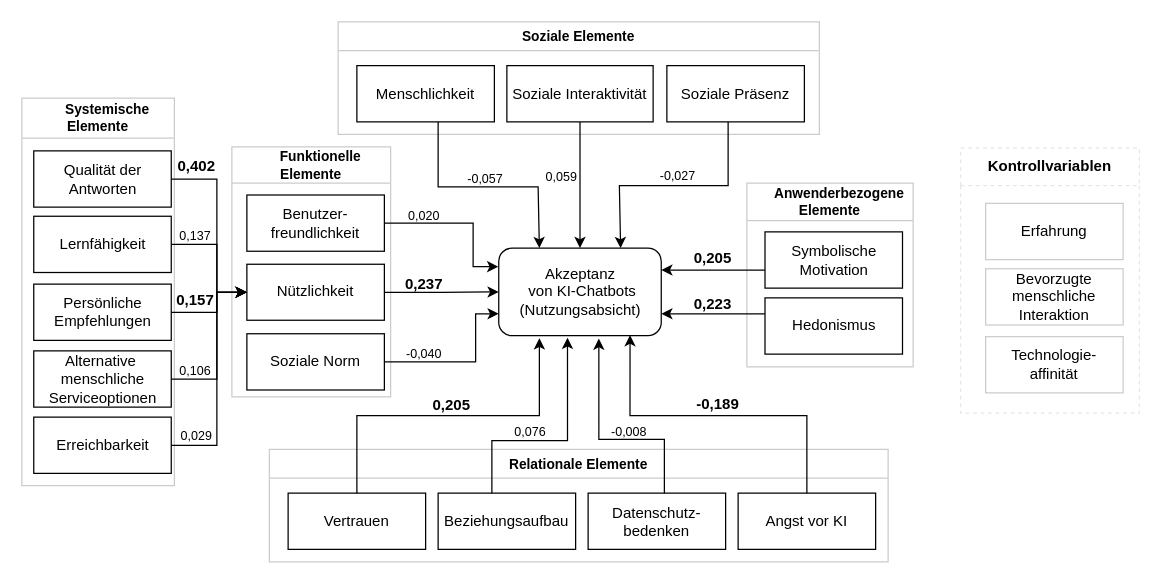
The draw.io diagram page "Kopie von Hypothesen" (3 of 3) of sRAM.drawio in Frododo12/Web-Technologie, before the edit. Source tidied: cells renumbered, new cells numbered last; positions are measured from the earlier drawing's top-left corner, leaving out a move shared by most shapes. Both pictures are drawn from the tidied source at 125%, with x=0, y=0 at pixel (21, 21).
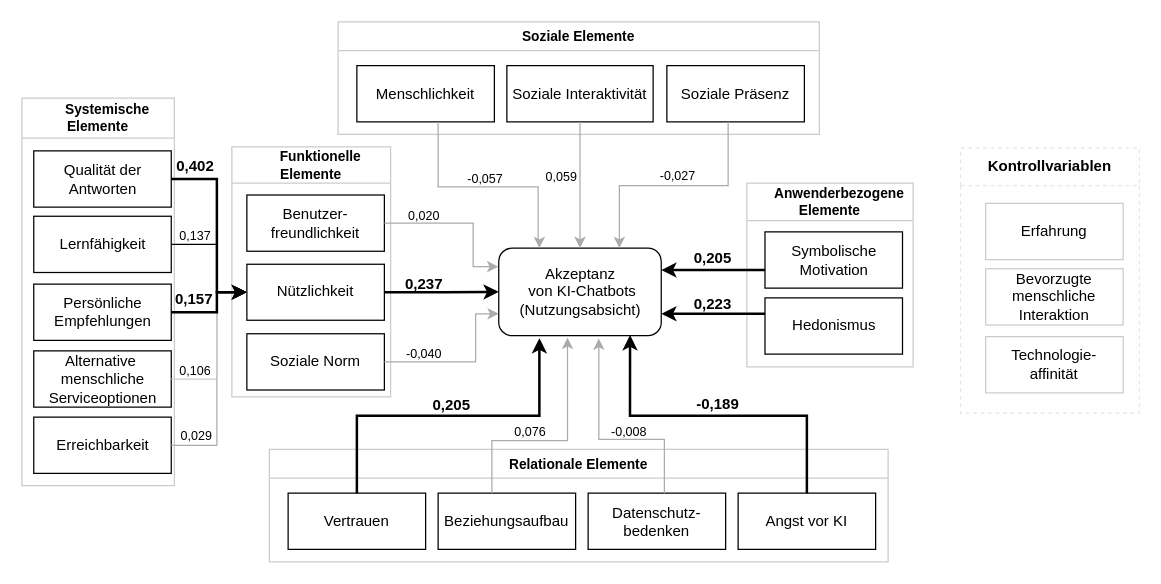
The same page after the edit.

The change refers to these unchanged cells:
```xml
<mxCell id="2" value="Akzeptanz&lt;br&gt;&amp;nbsp;von KI-Chatbots&lt;br&gt;(Nutzungsabsicht)" style="rounded=1;whiteSpace=wrap;html=1;glass=0;shadow=0;" parent="1" vertex="1">
  <mxGeometry x="381.5" y="181" width="130" height="70" as="geometry" />
</mxCell>
<mxCell id="4" value="Datenschutz-bedenken" style="rounded=0;whiteSpace=wrap;html=1;" parent="3" vertex="1">
  <mxGeometry x="255" y="35" width="110" height="45" as="geometry" />
</mxCell>
<mxCell id="5" value="Beziehungsaufbau" style="rounded=0;whiteSpace=wrap;html=1;" parent="3" vertex="1">
  <mxGeometry x="135" y="35" width="110" height="45" as="geometry" />
</mxCell>
<mxCell id="6" value="Vertrauen" style="rounded=0;whiteSpace=wrap;html=1;" parent="3" vertex="1">
  <mxGeometry x="15" y="35" width="110" height="45" as="geometry" />
</mxCell>
<mxCell id="7" value="Angst vor KI" style="rounded=0;whiteSpace=wrap;html=1;" parent="3" vertex="1">
  <mxGeometry x="375" y="35" width="110" height="45" as="geometry" />
</mxCell>
<mxCell id="9" value="Nützlichkeit" style="rounded=0;whiteSpace=wrap;html=1;" parent="8" vertex="1">
  <mxGeometry x="12" y="93.9" width="110" height="44.8" as="geometry" />
</mxCell>
<mxCell id="10" value="Soziale Norm" style="rounded=0;whiteSpace=wrap;html=1;" parent="8" vertex="1">
  <mxGeometry x="12" y="149.5" width="110" height="45" as="geometry" />
</mxCell>
<mxCell id="11" value="Benutzer-freundlichkeit" style="rounded=0;whiteSpace=wrap;html=1;" parent="8" vertex="1">
  <mxGeometry x="12" y="38.5" width="110" height="45" as="geometry" />
</mxCell>
<mxCell id="13" value="Soziale Interaktivität" style="rounded=0;whiteSpace=wrap;html=1;" parent="12" vertex="1">
  <mxGeometry x="135" y="35" width="117" height="45" as="geometry" />
</mxCell>
<mxCell id="14" value="Soziale Präsenz" style="rounded=0;whiteSpace=wrap;html=1;" parent="12" vertex="1">
  <mxGeometry x="263" y="35" width="110" height="45" as="geometry" />
</mxCell>
<mxCell id="15" value="Menschlichkeit" style="rounded=0;whiteSpace=wrap;html=1;" parent="12" vertex="1">
  <mxGeometry x="15" y="35" width="110" height="45" as="geometry" />
</mxCell>
<mxCell id="17" value="Symbolische&lt;br&gt;Motivation" style="rounded=0;whiteSpace=wrap;html=1;" parent="16" vertex="1">
  <mxGeometry x="14.5" y="39" width="110" height="45" as="geometry" />
</mxCell>
<mxCell id="18" value="Hedonismus" style="rounded=0;whiteSpace=wrap;html=1;" parent="16" vertex="1">
  <mxGeometry x="14.5" y="91.8" width="110" height="45" as="geometry" />
</mxCell>
<mxCell id="20" value="Qualität der Antworten" style="rounded=0;whiteSpace=wrap;html=1;" parent="19" vertex="1">
  <mxGeometry x="9.5" y="42.2" width="110" height="45" as="geometry" />
</mxCell>
<mxCell id="22" value="Persönliche&lt;br&gt;Empfehlungen" style="rounded=0;whiteSpace=wrap;html=1;" parent="19" vertex="1">
  <mxGeometry x="9.5" y="148.8" width="110" height="45" as="geometry" />
</mxCell>
<mxCell id="23" value="Alternative&amp;nbsp;&lt;br&gt;menschliche Serviceoptionen" style="rounded=0;whiteSpace=wrap;html=1;" parent="19" vertex="1">
  <mxGeometry x="9.5" y="202.2" width="110" height="45" as="geometry" />
</mxCell>
<mxCell id="24" value="Erreichbarkeit" style="rounded=0;whiteSpace=wrap;html=1;" parent="19" vertex="1">
  <mxGeometry x="9.5" y="255.2" width="110" height="45" as="geometry" />
</mxCell>
```

What changed in the source:
```diff
@@
-    <mxCell id="29" style="edgeStyle=orthogonalEdgeStyle;rounded=0;jettySize=auto;html=1;entryX=-0.003;entryY=0.212;entryDx=0;entryDy=0;entryPerimeter=0;" parent="1" edge="1" source="11" target="2">
+    <mxCell id="29" style="edgeStyle=orthogonalEdgeStyle;rounded=0;jettySize=auto;html=1;entryX=-0.003;entryY=0.212;entryDx=0;entryDy=0;entryPerimeter=0;strokeColor=#ababab;" parent="1" edge="1" source="11" target="2">
       <mxGeometry relative="1" as="geometry">
         <Array as="points">
           <mxPoint x="361" y="161" />
           <mxPoint x="361" y="196" />
         </Array>
       </mxGeometry>
     </mxCell>
-    <mxCell id="30" style="edgeStyle=orthogonalEdgeStyle;rounded=0;jettySize=auto;html=1;entryX=0;entryY=0.5;entryDx=0;entryDy=0;" parent="1" edge="1" source="9" target="2">
+    <mxCell id="30" style="edgeStyle=orthogonalEdgeStyle;rounded=0;jettySize=auto;html=1;entryX=0;entryY=0.5;entryDx=0;entryDy=0;strokeWidth=2;" parent="1" edge="1" source="9" target="2">
       <mxGeometry relative="1" as="geometry" />
     </mxCell>
-    <mxCell id="31" style="edgeStyle=orthogonalEdgeStyle;rounded=0;jettySize=auto;html=1;entryX=0.25;entryY=0;entryDx=0;entryDy=0;" parent="1" edge="1" source="15" target="2">
+    <mxCell id="31" style="edgeStyle=orthogonalEdgeStyle;rounded=0;jettySize=auto;html=1;entryX=0.25;entryY=0;entryDx=0;entryDy=0;strokeColor=#ababab;" parent="1" edge="1" source="15" target="2">
       <mxGeometry relative="1" as="geometry">
         <Array as="points">
           <mxPoint x="333" y="132" />
           <mxPoint x="413" y="132" />
-          <mxPoint x="413" y="181" />
+          <mxPoint x="413" y="177" />
+          <mxPoint x="414" y="177" />
         </Array>
       </mxGeometry>
     </mxCell>
-    <mxCell id="32" style="edgeStyle=orthogonalEdgeStyle;rounded=0;jettySize=auto;html=1;" parent="1" edge="1" source="13" target="2">
+    <mxCell id="32" style="edgeStyle=orthogonalEdgeStyle;rounded=0;jettySize=auto;html=1;strokeColor=#ababab;" parent="1" edge="1" source="13" target="2">
       <mxGeometry relative="1" as="geometry" />
     </mxCell>
-    <mxCell id="33" style="edgeStyle=orthogonalEdgeStyle;rounded=0;jettySize=auto;html=1;entryX=0.75;entryY=0;entryDx=0;entryDy=0;" parent="1" edge="1" source="14" target="2">
+    <mxCell id="33" style="edgeStyle=orthogonalEdgeStyle;rounded=0;jettySize=auto;html=1;strokeColor=#ababab;" parent="1" edge="1" source="14" target="2">
       <mxGeometry relative="1" as="geometry">
         <Array as="points">
           <mxPoint x="565" y="131" />
           <mxPoint x="478" y="131" />
-          <mxPoint x="478" y="181" />
         </Array>
       </mxGeometry>
     </mxCell>
-    <mxCell id="34" style="edgeStyle=orthogonalEdgeStyle;rounded=0;jettySize=auto;html=1;entryX=0;entryY=0.75;entryDx=0;entryDy=0;" parent="1" edge="1" source="10" target="2">
+    <mxCell id="34" style="edgeStyle=orthogonalEdgeStyle;rounded=0;jettySize=auto;html=1;entryX=0;entryY=0.75;entryDx=0;entryDy=0;strokeColor=#ababab;" parent="1" edge="1" source="10" target="2">
       <mxGeometry relative="1" as="geometry">
         <Array as="points">
           <mxPoint x="363" y="272" />
           <mxPoint x="363" y="233" />
         </Array>
       </mxGeometry>
     </mxCell>
-    <mxCell id="35" style="edgeStyle=orthogonalEdgeStyle;rounded=0;jettySize=auto;html=1;entryX=1;entryY=0.25;entryDx=0;entryDy=0;" parent="1" edge="1" source="17" target="2">
+    <mxCell id="35" style="edgeStyle=orthogonalEdgeStyle;rounded=0;jettySize=auto;html=1;entryX=1;entryY=0.25;entryDx=0;entryDy=0;strokeWidth=2;" parent="1" edge="1" source="17" target="2">
       <mxGeometry relative="1" as="geometry">
         <Array as="points">
           <mxPoint x="512" y="199" />
         </Array>
       </mxGeometry>
     </mxCell>
-    <mxCell id="36" style="edgeStyle=orthogonalEdgeStyle;rounded=0;jettySize=auto;html=1;entryX=1;entryY=0.75;entryDx=0;entryDy=0;" parent="1" edge="1" source="18" target="2">
+    <mxCell id="36" style="edgeStyle=orthogonalEdgeStyle;rounded=0;jettySize=auto;html=1;entryX=1;entryY=0.75;entryDx=0;entryDy=0;strokeWidth=2;" parent="1" edge="1" source="18" target="2">
       <mxGeometry relative="1" as="geometry">
         <Array as="points">
           <mxPoint x="542" y="234" />
         </Array>
       </mxGeometry>
     </mxCell>
-    <mxCell id="37" style="edgeStyle=orthogonalEdgeStyle;rounded=0;jettySize=auto;html=1;entryX=0.616;entryY=1.034;entryDx=0;entryDy=0;entryPerimeter=0;" parent="1" edge="1" source="4" target="2">
+    <mxCell id="37" style="edgeStyle=orthogonalEdgeStyle;rounded=0;jettySize=auto;html=1;entryX=0.616;entryY=1.034;entryDx=0;entryDy=0;entryPerimeter=0;strokeColor=#ababab;" parent="1" edge="1" source="4" target="2">
       <mxGeometry relative="1" as="geometry">
         <Array as="points">
           <mxPoint x="514" y="334" />
           <mxPoint x="462" y="334" />
         </Array>
       </mxGeometry>
     </mxCell>
-    <mxCell id="38" style="edgeStyle=orthogonalEdgeStyle;rounded=0;jettySize=auto;html=1;entryX=0.808;entryY=0.994;entryDx=0;entryDy=0;entryPerimeter=0;" parent="1" edge="1" source="7" target="2">
+    <mxCell id="38" style="edgeStyle=orthogonalEdgeStyle;rounded=0;jettySize=auto;html=1;entryX=0.808;entryY=0.994;entryDx=0;entryDy=0;entryPerimeter=0;strokeWidth=2;" parent="1" edge="1" source="7" target="2">
       <mxGeometry relative="1" as="geometry">
         <Array as="points">
           <mxPoint x="628" y="315" />
           <mxPoint x="487" y="315" />
         </Array>
       </mxGeometry>
     </mxCell>
-    <mxCell id="39" style="edgeStyle=orthogonalEdgeStyle;rounded=0;jettySize=auto;html=1;entryX=0.25;entryY=1;entryDx=0;entryDy=0;exitX=0.5;exitY=0;exitDx=0;exitDy=0;" parent="1" edge="1" source="6">
+    <mxCell id="39" style="edgeStyle=orthogonalEdgeStyle;rounded=0;jettySize=auto;html=1;entryX=0.25;entryY=1;entryDx=0;entryDy=0;exitX=0.5;exitY=0;exitDx=0;exitDy=0;strokeWidth=2;" parent="1" edge="1" source="6">
       <mxGeometry relative="1" as="geometry">
         <mxPoint x="414" y="253" as="targetPoint" />
         <Array as="points">
           <mxPoint x="268" y="315" />
           <mxPoint x="414" y="315" />
         </Array>
       </mxGeometry>
     </mxCell>
-    <mxCell id="40" style="edgeStyle=orthogonalEdgeStyle;rounded=0;jettySize=auto;html=1;entryX=0.423;entryY=1.024;entryDx=0;entryDy=0;entryPerimeter=0;" parent="1" edge="1" source="5" target="2">
+    <mxCell id="40" style="edgeStyle=orthogonalEdgeStyle;rounded=0;jettySize=auto;html=1;entryX=0.423;entryY=1.024;entryDx=0;entryDy=0;entryPerimeter=0;strokeColor=#ababab;" parent="1" edge="1" source="5" target="2">
       <mxGeometry relative="1" as="geometry">
         <Array as="points">
           <mxPoint x="376" y="335" />
           <mxPoint x="436" y="335" />
         </Array>
       </mxGeometry>
     </mxCell>
@@
-    <mxCell id="53" style="edgeStyle=orthogonalEdgeStyle;rounded=0;jettySize=auto;html=1;entryX=0;entryY=0.5;entryDx=0;entryDy=0;" parent="1" edge="1" source="24" target="9">
+    <mxCell id="53" style="edgeStyle=orthogonalEdgeStyle;rounded=0;jettySize=auto;html=1;entryX=0;entryY=0.5;entryDx=0;entryDy=0;strokeColor=#ababab;" parent="1" edge="1" source="24" target="9">
       <mxGeometry relative="1" as="geometry">
         <Array as="points">
           <mxPoint x="156" y="339" />
           <mxPoint x="156" y="216" />
         </Array>
       </mxGeometry>
     </mxCell>
-    <mxCell id="54" style="edgeStyle=orthogonalEdgeStyle;rounded=0;jettySize=auto;html=1;entryX=0;entryY=0.5;entryDx=0;entryDy=0;" parent="1" edge="1" source="23" target="9">
+    <mxCell id="54" style="edgeStyle=orthogonalEdgeStyle;rounded=0;jettySize=auto;html=1;entryX=0;entryY=0.5;entryDx=0;entryDy=0;strokeColor=#CCCCCC;" parent="1" edge="1" source="23" target="9">
       <mxGeometry relative="1" as="geometry">
         <Array as="points">
           <mxPoint x="156" y="286" />
           <mxPoint x="156" y="216" />
         </Array>
       </mxGeometry>
     </mxCell>
-    <mxCell id="55" style="edgeStyle=orthogonalEdgeStyle;rounded=0;jettySize=auto;html=1;entryX=0;entryY=0.5;entryDx=0;entryDy=0;" parent="1" edge="1" source="22" target="9">
+    <mxCell id="55" style="edgeStyle=orthogonalEdgeStyle;rounded=0;jettySize=auto;html=1;entryX=0;entryY=0.5;entryDx=0;entryDy=0;strokeWidth=2;" parent="1" edge="1" source="22" target="9">
       <mxGeometry relative="1" as="geometry">
         <Array as="points">
           <mxPoint x="156" y="232" />
           <mxPoint x="156" y="216" />
         </Array>
       </mxGeometry>
     </mxCell>
@@
-    <mxCell id="57" style="edgeStyle=orthogonalEdgeStyle;rounded=0;jettySize=auto;html=1;entryX=0;entryY=0.5;entryDx=0;entryDy=0;" parent="1" edge="1" source="20" target="9">
+    <mxCell id="57" style="edgeStyle=orthogonalEdgeStyle;rounded=0;jettySize=auto;html=1;entryX=0;entryY=0.5;entryDx=0;entryDy=0;strokeWidth=2;" parent="1" edge="1" source="20" target="9">
       <mxGeometry relative="1" as="geometry">
         <Array as="points">
           <mxPoint x="156" y="126" />
           <mxPoint x="156" y="216" />
         </Array>
       </mxGeometry>
     </mxCell>
     <mxCell id="58" value="&lt;font style=&quot;font-size: 12px;&quot;&gt;0,402&lt;/font&gt;" style="text;html=1;strokeColor=none;fillColor=none;align=center;verticalAlign=middle;whiteSpace=wrap;rounded=0;opacity=0;fontSize=12;fontStyle=1;" parent="1" vertex="1">
-      <mxGeometry x="119.5" y="103" width="40" height="25" as="geometry" />
+      <mxGeometry x="118.5" y="103" width="40" height="25" as="geometry" />
     </mxCell>
@@
     <mxCell id="62" value="&lt;font style=&quot;font-size: 12px;&quot;&gt;0,157&lt;/font&gt;" style="text;html=1;strokeColor=none;fillColor=none;align=center;verticalAlign=middle;whiteSpace=wrap;rounded=0;opacity=0;fontSize=12;fontStyle=1;" parent="1" vertex="1">
-      <mxGeometry x="118.5" y="210" width="40" height="25" as="geometry" />
+      <mxGeometry x="117.5" y="209.8" width="40" height="25" as="geometry" />
     </mxCell>
```
